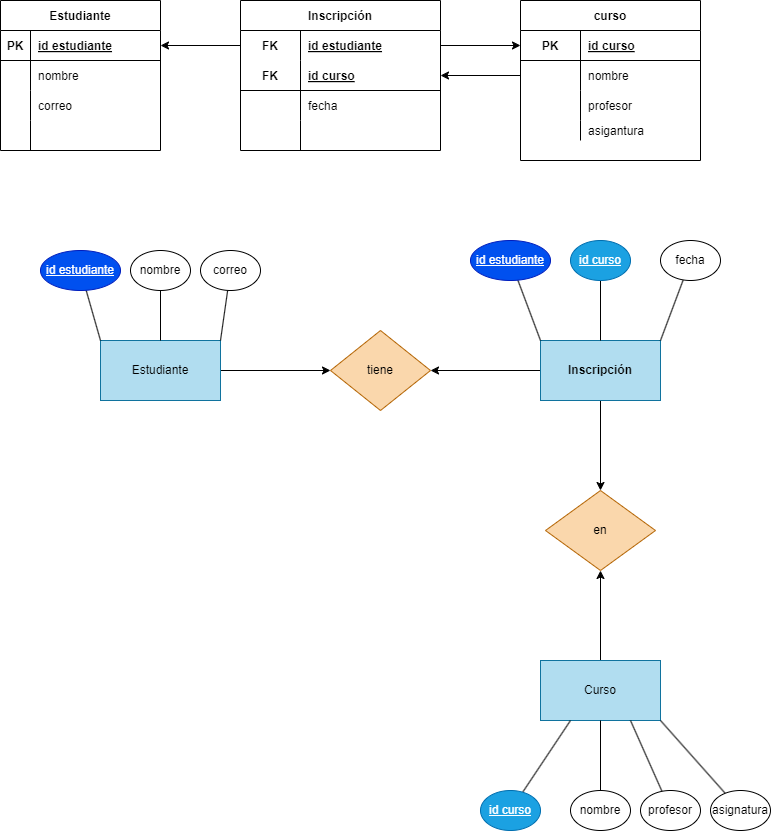
Above: Tareas/Unidad2/ejercicio2.11.drawio.png in WhiteCascade/BAE (draw.io), before the change. Source tidied: cells renumbered, new cells last; positions are measured from the earlier drawing's top-left corner, leaving out a move shared by most shapes. The source it was exported from:
```xml
<mxGraphModel>
  <root>
    <mxCell id="0" />
    <mxCell id="1" parent="0" />
    <mxCell id="2" value="Estudiante" style="shape=table;startSize=30;rowLines=0;fontStyle=1;align=center;" parent="1" vertex="1">
      <mxGeometry width="160" height="150" as="geometry" />
    </mxCell>
    <mxCell id="3" style="shape=tableRow;horizontal=0;startSize=0;swimlaneHead=0;swimlaneBody=0;fillColor=none;points=[[0,0.5],[1,0.5]];portConstraint=eastwest;top=0;left=0;right=0;bottom=1;" parent="2" vertex="1">
      <mxGeometry y="30" width="160" height="30" as="geometry" />
    </mxCell>
    <mxCell id="4" value="PK" style="shape=partialRectangle;fillColor=none;top=0;left=0;bottom=0;right=0;fontStyle=1;overflow=hidden;" parent="3" vertex="1">
      <mxGeometry width="30" height="30" as="geometry" />
    </mxCell>
    <mxCell id="5" value="id estudiante" style="shape=partialRectangle;fillColor=none;top=0;left=0;bottom=0;right=0;align=left;spacingLeft=6;fontStyle=5;overflow=hidden;" parent="3" vertex="1">
      <mxGeometry x="30" width="130" height="30" as="geometry" />
    </mxCell>
    <mxCell id="6" style="shape=tableRow;horizontal=0;startSize=0;swimlaneHead=0;swimlaneBody=0;fillColor=none;points=[[0,0.5],[1,0.5]];portConstraint=eastwest;top=0;left=0;right=0;bottom=0;" parent="2" vertex="1">
      <mxGeometry y="60" width="160" height="30" as="geometry" />
    </mxCell>
    <mxCell id="7" style="shape=partialRectangle;fillColor=none;top=0;left=0;bottom=0;right=0;overflow=hidden;" parent="6" vertex="1">
      <mxGeometry width="30" height="30" as="geometry" />
    </mxCell>
    <mxCell id="8" value="nombre" style="shape=partialRectangle;fillColor=none;top=0;left=0;bottom=0;right=0;align=left;spacingLeft=6;overflow=hidden;" parent="6" vertex="1">
      <mxGeometry x="30" width="130" height="30" as="geometry" />
    </mxCell>
    <mxCell id="9" style="shape=tableRow;horizontal=0;startSize=0;swimlaneHead=0;swimlaneBody=0;fillColor=none;top=0;left=0;right=0;bottom=0;" parent="2" vertex="1">
      <mxGeometry y="90" width="160" height="30" as="geometry" />
    </mxCell>
    <mxCell id="10" style="shape=partialRectangle;fillColor=none;top=0;left=0;bottom=0;right=0;overflow=hidden;" parent="9" vertex="1">
      <mxGeometry width="30" height="30" as="geometry" />
    </mxCell>
    <mxCell id="11" value="correo" style="shape=partialRectangle;fillColor=none;top=0;left=0;bottom=0;right=0;align=left;spacingLeft=6;overflow=hidden;" parent="9" vertex="1">
      <mxGeometry x="30" width="130" height="30" as="geometry" />
    </mxCell>
    <mxCell id="12" style="shape=tableRow;horizontal=0;startSize=0;swimlaneHead=0;swimlaneBody=0;fillColor=none;top=0;left=0;right=0;bottom=0;" parent="2" vertex="1">
      <mxGeometry y="120" width="160" height="30" as="geometry" />
    </mxCell>
    <mxCell id="13" style="shape=partialRectangle;fillColor=none;top=0;left=0;bottom=0;right=0;overflow=hidden;" parent="12" vertex="1">
      <mxGeometry width="30" height="30" as="geometry" />
    </mxCell>
    <mxCell id="14" style="shape=partialRectangle;fillColor=none;top=0;left=0;bottom=0;right=0;align=left;spacingLeft=6;overflow=hidden;" parent="12" vertex="1">
      <mxGeometry x="30" width="130" height="30" as="geometry" />
    </mxCell>
    <mxCell id="15" style="edgeStyle=none;html=1;endArrow=none;endFill=0;" parent="2" edge="1" source="2" target="6">
      <mxGeometry relative="1" as="geometry" />
    </mxCell>
    <mxCell id="16" value="curso" style="shape=table;startSize=30;rowLines=0;fontStyle=1;align=center;" parent="1" vertex="1">
      <mxGeometry x="520" width="180" height="160" as="geometry" />
    </mxCell>
    <mxCell id="17" style="shape=tableRow;horizontal=0;startSize=0;swimlaneHead=0;swimlaneBody=0;fillColor=none;points=[[0,0.5],[1,0.5]];portConstraint=eastwest;top=0;left=0;right=0;bottom=1;" parent="16" vertex="1">
      <mxGeometry y="30" width="180" height="30" as="geometry" />
    </mxCell>
    <mxCell id="18" value="PK" style="shape=partialRectangle;fillColor=none;top=0;left=0;bottom=0;right=0;fontStyle=1;overflow=hidden;" parent="17" vertex="1">
      <mxGeometry width="60" height="30" as="geometry" />
    </mxCell>
    <mxCell id="19" value="id curso" style="shape=partialRectangle;fillColor=none;top=0;left=0;bottom=0;right=0;align=left;spacingLeft=6;fontStyle=5;overflow=hidden;" parent="17" vertex="1">
      <mxGeometry x="60" width="120" height="30" as="geometry" />
    </mxCell>
    <mxCell id="20" style="shape=tableRow;horizontal=0;startSize=0;swimlaneHead=0;swimlaneBody=0;fillColor=none;points=[[0,0.5],[1,0.5]];portConstraint=eastwest;top=0;left=0;right=0;bottom=0;" parent="16" vertex="1">
      <mxGeometry y="60" width="180" height="30" as="geometry" />
    </mxCell>
    <mxCell id="21" style="shape=partialRectangle;fillColor=none;top=0;left=0;bottom=0;right=0;fontStyle=1;overflow=hidden;" parent="20" vertex="1">
      <mxGeometry width="60" height="30" as="geometry" />
    </mxCell>
    <mxCell id="22" value="nombre" style="shape=partialRectangle;fillColor=none;top=0;left=0;bottom=0;right=0;align=left;spacingLeft=6;fontStyle=0;overflow=hidden;" parent="20" vertex="1">
      <mxGeometry x="60" width="120" height="30" as="geometry" />
    </mxCell>
    <mxCell id="23" style="shape=tableRow;horizontal=0;startSize=0;swimlaneHead=0;swimlaneBody=0;fillColor=none;top=0;left=0;right=0;bottom=0;" parent="16" vertex="1">
      <mxGeometry y="90" width="180" height="30" as="geometry" />
    </mxCell>
    <mxCell id="24" style="shape=partialRectangle;fillColor=none;top=0;left=0;bottom=0;right=0;overflow=hidden;" parent="23" vertex="1">
      <mxGeometry width="60" height="30" as="geometry" />
    </mxCell>
    <mxCell id="25" value="profesor" style="shape=partialRectangle;fillColor=none;top=0;left=0;bottom=0;right=0;align=left;spacingLeft=6;overflow=hidden;" parent="23" vertex="1">
      <mxGeometry x="60" width="120" height="30" as="geometry" />
    </mxCell>
    <mxCell id="26" style="shape=tableRow;horizontal=0;startSize=0;swimlaneHead=0;swimlaneBody=0;fillColor=none;top=0;left=0;right=0;bottom=0;" parent="16" vertex="1">
      <mxGeometry y="120" width="180" height="20" as="geometry" />
    </mxCell>
    <mxCell id="27" style="shape=partialRectangle;fillColor=none;top=0;left=0;bottom=0;right=0;overflow=hidden;" parent="26" vertex="1">
      <mxGeometry width="60" height="20" as="geometry" />
    </mxCell>
    <mxCell id="28" value="asigantura" style="shape=partialRectangle;fillColor=none;top=0;left=0;bottom=0;right=0;align=left;spacingLeft=6;overflow=hidden;" parent="26" vertex="1">
      <mxGeometry x="60" width="120" height="20" as="geometry" />
    </mxCell>
    <mxCell id="29" value="Inscripción" style="shape=table;startSize=30;rowLines=0;fontStyle=1;align=center;" parent="1" vertex="1">
      <mxGeometry x="240" width="200" height="150" as="geometry" />
    </mxCell>
    <mxCell id="30" style="shape=tableRow;horizontal=0;startSize=0;swimlaneHead=0;swimlaneBody=0;fillColor=none;points=[[0,0.5],[1,0.5]];portConstraint=eastwest;top=0;left=0;right=0;bottom=0;" parent="29" vertex="1">
      <mxGeometry y="30" width="200" height="30" as="geometry" />
    </mxCell>
    <mxCell id="31" value="FK" style="shape=partialRectangle;fillColor=none;top=0;left=0;bottom=0;right=0;fontStyle=1;overflow=hidden;" parent="30" vertex="1">
      <mxGeometry width="60" height="30" as="geometry" />
    </mxCell>
    <mxCell id="32" value="id estudiante" style="shape=partialRectangle;fillColor=none;top=0;left=0;bottom=0;right=0;align=left;spacingLeft=6;fontStyle=5;overflow=hidden;" parent="30" vertex="1">
      <mxGeometry x="60" width="140" height="30" as="geometry" />
    </mxCell>
    <mxCell id="33" style="shape=tableRow;horizontal=0;startSize=0;swimlaneHead=0;swimlaneBody=0;fillColor=none;points=[[0,0.5],[1,0.5]];portConstraint=eastwest;top=0;left=0;right=0;bottom=1;" parent="29" vertex="1">
      <mxGeometry y="60" width="200" height="30" as="geometry" />
    </mxCell>
    <mxCell id="34" value="FK" style="shape=partialRectangle;fillColor=none;top=0;left=0;bottom=0;right=0;fontStyle=1;overflow=hidden;" parent="33" vertex="1">
      <mxGeometry width="60" height="30" as="geometry" />
    </mxCell>
    <mxCell id="35" value="id curso" style="shape=partialRectangle;fillColor=none;top=0;left=0;bottom=0;right=0;align=left;spacingLeft=6;fontStyle=5;overflow=hidden;" parent="33" vertex="1">
      <mxGeometry x="60" width="140" height="30" as="geometry" />
    </mxCell>
    <mxCell id="36" style="shape=tableRow;horizontal=0;startSize=0;swimlaneHead=0;swimlaneBody=0;fillColor=none;top=0;left=0;right=0;bottom=0;" parent="29" vertex="1">
      <mxGeometry y="90" width="200" height="30" as="geometry" />
    </mxCell>
    <mxCell id="37" style="shape=partialRectangle;fillColor=none;top=0;left=0;bottom=0;right=0;overflow=hidden;" parent="36" vertex="1">
      <mxGeometry width="60" height="30" as="geometry" />
    </mxCell>
    <mxCell id="38" value="fecha" style="shape=partialRectangle;fillColor=none;top=0;left=0;bottom=0;right=0;align=left;spacingLeft=6;overflow=hidden;" parent="36" vertex="1">
      <mxGeometry x="60" width="140" height="30" as="geometry" />
    </mxCell>
    <mxCell id="39" style="shape=tableRow;horizontal=0;startSize=0;swimlaneHead=0;swimlaneBody=0;fillColor=none;top=0;left=0;right=0;bottom=0;" parent="29" vertex="1">
      <mxGeometry y="120" width="200" height="30" as="geometry" />
    </mxCell>
    <mxCell id="40" style="shape=partialRectangle;fillColor=none;top=0;left=0;bottom=0;right=0;overflow=hidden;" parent="39" vertex="1">
      <mxGeometry width="60" height="30" as="geometry" />
    </mxCell>
    <mxCell id="41" style="shape=partialRectangle;fillColor=none;top=0;left=0;bottom=0;right=0;align=left;spacingLeft=6;overflow=hidden;" parent="39" vertex="1">
      <mxGeometry x="60" width="140" height="30" as="geometry" />
    </mxCell>
    <mxCell id="42" style="edgeStyle=none;html=1;entryX=1;entryY=0.5;entryDx=0;entryDy=0;endArrow=classic;endFill=1;" parent="1" edge="1" source="30" target="3">
      <mxGeometry relative="1" as="geometry" />
    </mxCell>
    <mxCell id="43" style="edgeStyle=none;html=1;entryX=0;entryY=0.5;entryDx=0;entryDy=0;endArrow=classic;endFill=1;" parent="1" edge="1" source="30" target="17">
      <mxGeometry relative="1" as="geometry" />
    </mxCell>
    <mxCell id="44" style="edgeStyle=none;html=1;endArrow=classic;endFill=1;entryX=1;entryY=0.5;entryDx=0;entryDy=0;" parent="1" edge="1" source="20" target="33">
      <mxGeometry relative="1" as="geometry" />
    </mxCell>
    <mxCell id="45" style="edgeStyle=none;html=1;entryX=0;entryY=0.5;entryDx=0;entryDy=0;" parent="1" edge="1" source="46" target="50">
      <mxGeometry relative="1" as="geometry" />
    </mxCell>
    <mxCell id="46" value="Estudiante" style="rounded=0;whiteSpace=wrap;html=1;fillColor=#b1ddf0;strokeColor=#10739e;" parent="1" vertex="1">
      <mxGeometry x="100" y="340" width="120" height="60" as="geometry" />
    </mxCell>
    <mxCell id="47" style="edgeStyle=none;html=1;" parent="1" edge="1" source="49" target="50">
      <mxGeometry relative="1" as="geometry" />
    </mxCell>
    <mxCell id="48" style="edgeStyle=none;html=1;entryX=0.5;entryY=0;entryDx=0;entryDy=0;" parent="1" edge="1" source="49" target="53">
      <mxGeometry relative="1" as="geometry" />
    </mxCell>
    <mxCell id="49" value="&lt;span style=&quot;font-weight: 700;&quot;&gt;Inscripción&lt;/span&gt;" style="rounded=0;whiteSpace=wrap;html=1;fillColor=#b1ddf0;strokeColor=#10739e;" parent="1" vertex="1">
      <mxGeometry x="540" y="340" width="120" height="60" as="geometry" />
    </mxCell>
    <mxCell id="50" value="tiene" style="rhombus;whiteSpace=wrap;html=1;fillColor=#fad7ac;strokeColor=#b46504;" parent="1" vertex="1">
      <mxGeometry x="330" y="330" width="100" height="80" as="geometry" />
    </mxCell>
    <mxCell id="51" style="edgeStyle=none;html=1;entryX=0.5;entryY=1;entryDx=0;entryDy=0;" parent="1" edge="1" source="52" target="53">
      <mxGeometry relative="1" as="geometry" />
    </mxCell>
    <mxCell id="52" value="&lt;span style=&quot;text-align: left;&quot;&gt;Curso&lt;/span&gt;" style="rounded=0;whiteSpace=wrap;html=1;fillColor=#b1ddf0;strokeColor=#10739e;" parent="1" vertex="1">
      <mxGeometry x="540" y="660" width="120" height="60" as="geometry" />
    </mxCell>
    <mxCell id="53" value="en" style="rhombus;whiteSpace=wrap;html=1;fillColor=#fad7ac;strokeColor=#b46504;" parent="1" vertex="1">
      <mxGeometry x="545" y="490" width="110" height="80" as="geometry" />
    </mxCell>
    <mxCell id="54" style="edgeStyle=none;html=1;entryX=0;entryY=0;entryDx=0;entryDy=0;endArrow=none;endFill=0;" parent="1" edge="1" source="55" target="46">
      <mxGeometry relative="1" as="geometry" />
    </mxCell>
    <mxCell id="55" value="&lt;u&gt;id estudiante&lt;/u&gt;" style="ellipse;whiteSpace=wrap;html=1;fillColor=#0050ef;fontColor=#ffffff;strokeColor=#001DBC;" parent="1" vertex="1">
      <mxGeometry x="40" y="250" width="80" height="40" as="geometry" />
    </mxCell>
    <mxCell id="56" style="edgeStyle=none;html=1;endArrow=none;endFill=0;" parent="1" edge="1" source="57" target="46">
      <mxGeometry relative="1" as="geometry" />
    </mxCell>
    <mxCell id="57" value="nombre" style="ellipse;whiteSpace=wrap;html=1;" parent="1" vertex="1">
      <mxGeometry x="130" y="250" width="60" height="40" as="geometry" />
    </mxCell>
    <mxCell id="58" style="edgeStyle=none;html=1;entryX=1;entryY=0;entryDx=0;entryDy=0;endArrow=none;endFill=0;" parent="1" edge="1" source="59" target="46">
      <mxGeometry relative="1" as="geometry" />
    </mxCell>
    <mxCell id="59" value="correo" style="ellipse;whiteSpace=wrap;html=1;" parent="1" vertex="1">
      <mxGeometry x="200" y="250" width="60" height="40" as="geometry" />
    </mxCell>
    <mxCell id="60" style="edgeStyle=none;html=1;entryX=0.5;entryY=0;entryDx=0;entryDy=0;endArrow=none;endFill=0;" parent="1" edge="1" source="61" target="49">
      <mxGeometry relative="1" as="geometry" />
    </mxCell>
    <mxCell id="61" value="&lt;u&gt;id curso&lt;/u&gt;" style="ellipse;whiteSpace=wrap;html=1;fillColor=#1ba1e2;fontColor=#ffffff;strokeColor=#006EAF;" parent="1" vertex="1">
      <mxGeometry x="570" y="240" width="60" height="40" as="geometry" />
    </mxCell>
    <mxCell id="62" style="edgeStyle=none;html=1;entryX=1;entryY=0;entryDx=0;entryDy=0;endArrow=none;endFill=0;" parent="1" edge="1" source="63" target="49">
      <mxGeometry relative="1" as="geometry" />
    </mxCell>
    <mxCell id="63" value="fecha" style="ellipse;whiteSpace=wrap;html=1;" parent="1" vertex="1">
      <mxGeometry x="660" y="240" width="60" height="40" as="geometry" />
    </mxCell>
    <mxCell id="64" style="edgeStyle=none;html=1;entryX=0.25;entryY=1;entryDx=0;entryDy=0;endArrow=none;endFill=0;" parent="1" edge="1" source="65" target="52">
      <mxGeometry relative="1" as="geometry" />
    </mxCell>
    <mxCell id="65" value="&lt;u&gt;id curso&lt;/u&gt;" style="ellipse;whiteSpace=wrap;html=1;fillColor=#1ba1e2;fontColor=#ffffff;strokeColor=#006EAF;" parent="1" vertex="1">
      <mxGeometry x="480" y="790" width="60" height="40" as="geometry" />
    </mxCell>
    <mxCell id="66" style="edgeStyle=none;html=1;entryX=0.75;entryY=1;entryDx=0;entryDy=0;endArrow=none;endFill=0;" parent="1" edge="1" source="67" target="52">
      <mxGeometry relative="1" as="geometry" />
    </mxCell>
    <mxCell id="67" value="profesor" style="ellipse;whiteSpace=wrap;html=1;" parent="1" vertex="1">
      <mxGeometry x="640" y="790" width="60" height="40" as="geometry" />
    </mxCell>
    <mxCell id="68" style="edgeStyle=none;html=1;entryX=1;entryY=1;entryDx=0;entryDy=0;endArrow=none;endFill=0;" parent="1" edge="1" source="69" target="52">
      <mxGeometry relative="1" as="geometry" />
    </mxCell>
    <mxCell id="69" value="asignatura" style="ellipse;whiteSpace=wrap;html=1;" parent="1" vertex="1">
      <mxGeometry x="710" y="790" width="60" height="40" as="geometry" />
    </mxCell>
    <mxCell id="70" style="edgeStyle=none;html=1;entryX=0;entryY=0;entryDx=0;entryDy=0;endArrow=none;endFill=0;" parent="1" edge="1" source="71" target="49">
      <mxGeometry relative="1" as="geometry" />
    </mxCell>
    <mxCell id="71" value="&lt;u&gt;id estudiante&lt;/u&gt;" style="ellipse;whiteSpace=wrap;html=1;fillColor=#0050ef;fontColor=#ffffff;strokeColor=#001DBC;" parent="1" vertex="1">
      <mxGeometry x="470" y="240" width="80" height="40" as="geometry" />
    </mxCell>
    <mxCell id="72" style="edgeStyle=none;html=1;entryX=0.5;entryY=1;entryDx=0;entryDy=0;endArrow=none;endFill=0;" parent="1" edge="1" source="73" target="52">
      <mxGeometry relative="1" as="geometry" />
    </mxCell>
    <mxCell id="73" value="nombre" style="ellipse;whiteSpace=wrap;html=1;" parent="1" vertex="1">
      <mxGeometry x="570" y="790" width="60" height="40" as="geometry" />
    </mxCell>
  </root>
</mxGraphModel>
```
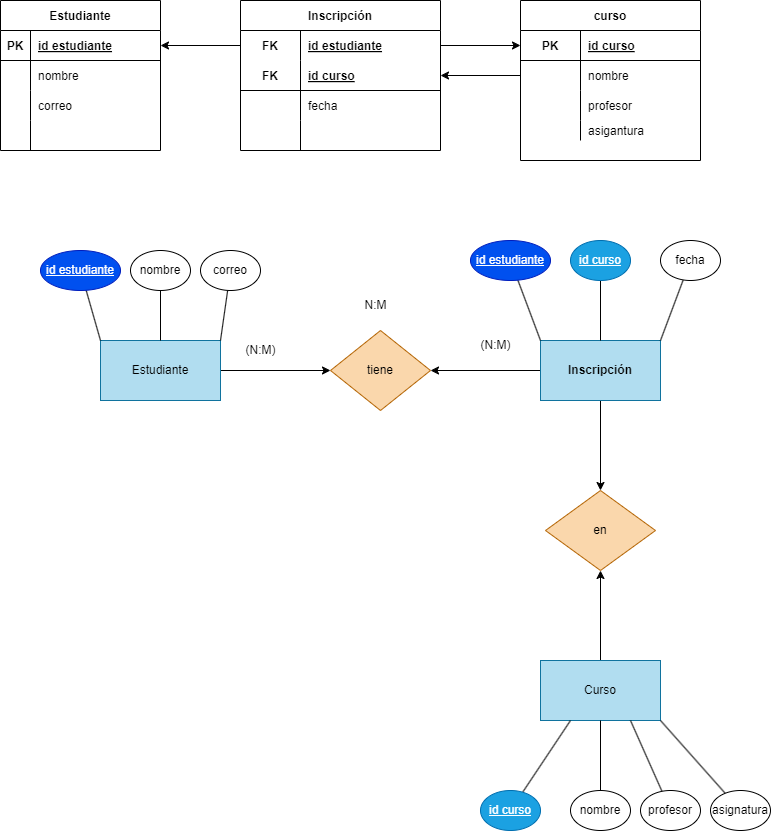
After the change.

Diff of the diagram source:
```diff
@@ -218,5 +218,14 @@
     <mxCell id="73" value="nombre" style="ellipse;whiteSpace=wrap;html=1;" parent="1" vertex="1">
       <mxGeometry x="570" y="790" width="60" height="40" as="geometry" />
     </mxCell>
+    <mxCell id="74" value="(N:M)" style="text;html=1;align=center;verticalAlign=middle;strokeColor=none;fillColor=none;" parent="1" vertex="1">
+      <mxGeometry x="235" y="335" width="50" height="30" as="geometry" />
+    </mxCell>
+    <mxCell id="75" value="N:M" style="text;html=1;align=center;verticalAlign=middle;strokeColor=none;fillColor=none;" parent="1" vertex="1">
+      <mxGeometry x="350" y="290" width="50" height="30" as="geometry" />
+    </mxCell>
+    <mxCell id="76" value="(N:M)" style="text;html=1;align=center;verticalAlign=middle;strokeColor=none;fillColor=none;" parent="1" vertex="1">
+      <mxGeometry x="470" y="330" width="50" height="30" as="geometry" />
+    </mxCell>
   </root>
 </mxGraphModel>
```
